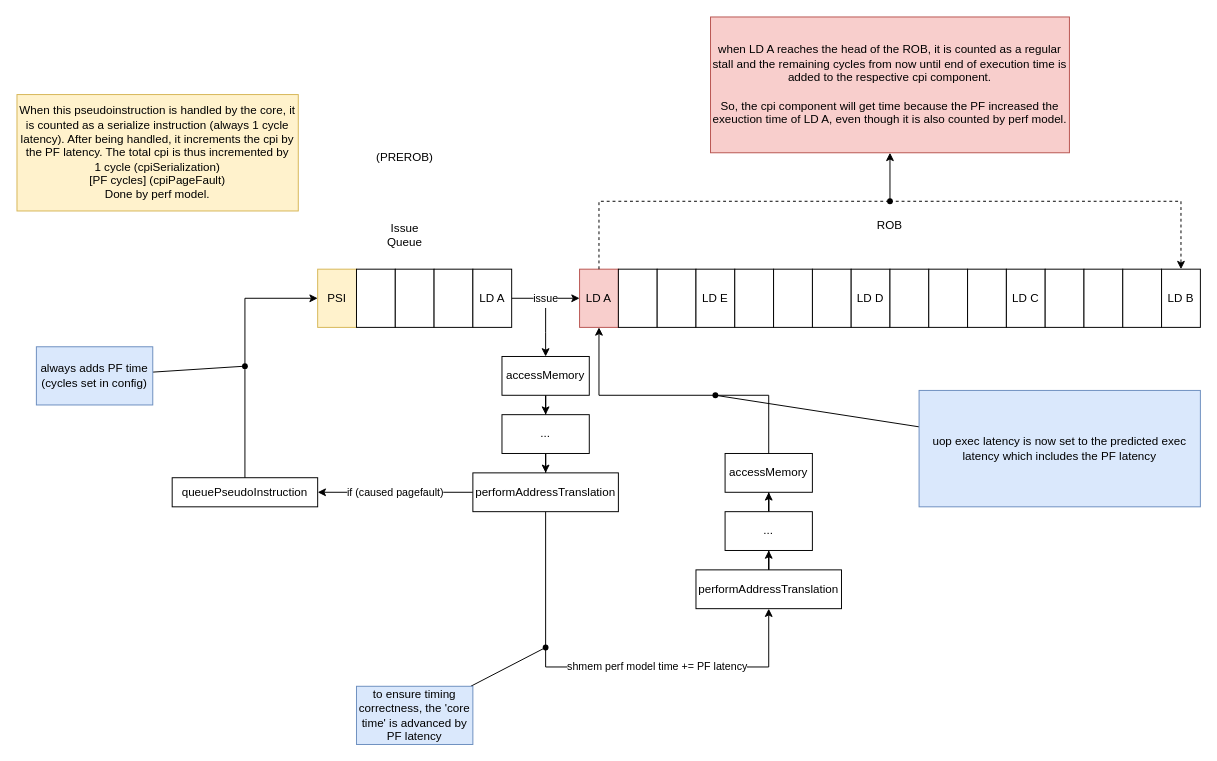
Above: drawio/Diagram zonder titel.drawio in JelteDirks/graduation-graphs (draw.io), before the change. Source tidied: cells renumbered, new cells numbered last; positions are measured from the earlier drawing's top-left corner, leaving out a move shared by most shapes. Both pictures are drawn from the tidied source at 97%, with x=0, y=0 at pixel (16, 16).
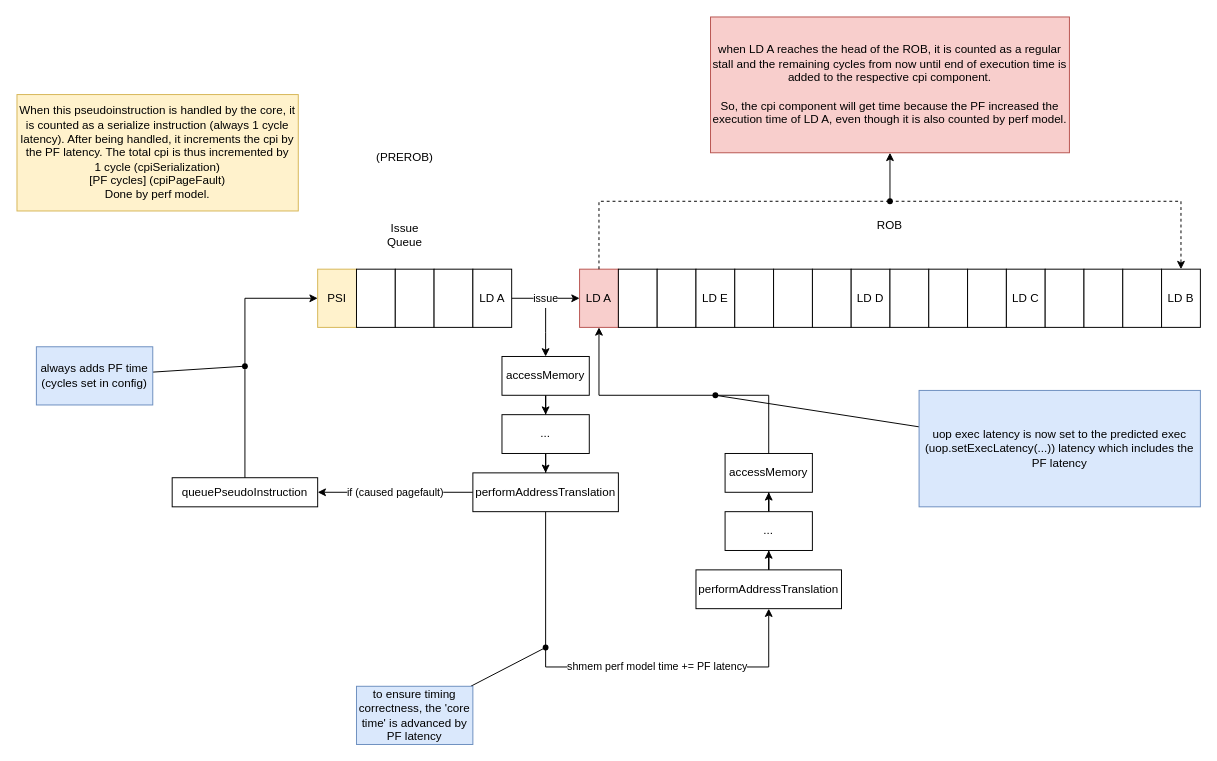
Above is the later version.

The edit, as a diff of the source:
```diff
@@
-    <mxCell id="54" value="uop exec latency is now set to the predicted exec latency which includes the PF latency" style="rounded=0;whiteSpace=wrap;html=1;fillColor=#dae8fc;strokeColor=#6c8ebf;" parent="1" vertex="1">
+    <mxCell id="54" value="uop exec latency is now set to the predicted exec (uop.setExecLatency(...)) latency which includes the PF latency" style="rounded=0;whiteSpace=wrap;html=1;fillColor=#dae8fc;strokeColor=#6c8ebf;" parent="1" vertex="1">
       <mxGeometry x="930" y="385" width="290" height="120" as="geometry" />
     </mxCell>
@@
-    <mxCell id="56" value="when LD A reaches the head of the ROB, it is counted as a regular stall and the remaining cycles from now until end of execution time is added to the respective cpi component.&lt;div&gt;&lt;br&gt;&lt;/div&gt;&lt;div&gt;So, the cpi component will get time because the PF increased the exeuction time of LD A, even though it is also counted by perf model.&lt;/div&gt;" style="rounded=0;whiteSpace=wrap;html=1;fillColor=#f8cecc;strokeColor=#b85450;" parent="1" vertex="1">
+    <mxCell id="56" value="when LD A reaches the head of the ROB, it is counted as a regular stall and the remaining cycles from now until end of execution time is added to the respective cpi component.&lt;div&gt;&lt;br&gt;&lt;/div&gt;&lt;div&gt;So, the cpi component will get time because the PF increased the execution time of LD A, even though it is also counted by perf model.&lt;/div&gt;" style="rounded=0;whiteSpace=wrap;html=1;fillColor=#f8cecc;strokeColor=#b85450;" parent="1" vertex="1">
       <mxGeometry x="715" width="370" height="140" as="geometry" />
     </mxCell>
```
